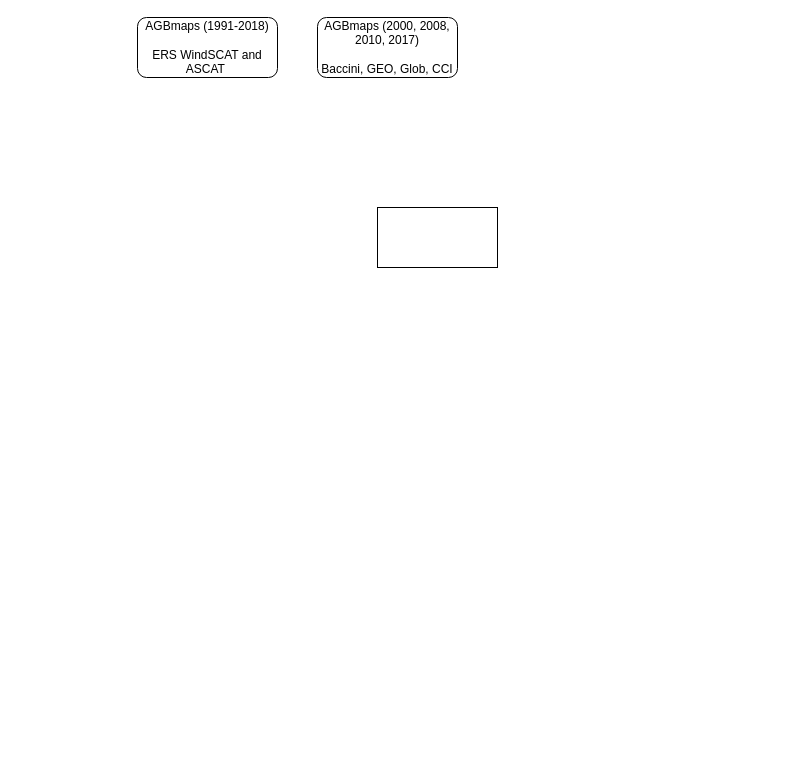
Above: Biomass change.drawio in arnanaraza/diagrams (draw.io), before the change. Source tidied: cells renumbered, new cells numbered last; positions are measured from the earlier drawing's top-left corner, leaving out a move shared by most shapes. Both pictures are drawn from the tidied source at 100%, with x=0, y=0 at pixel (137, 17).
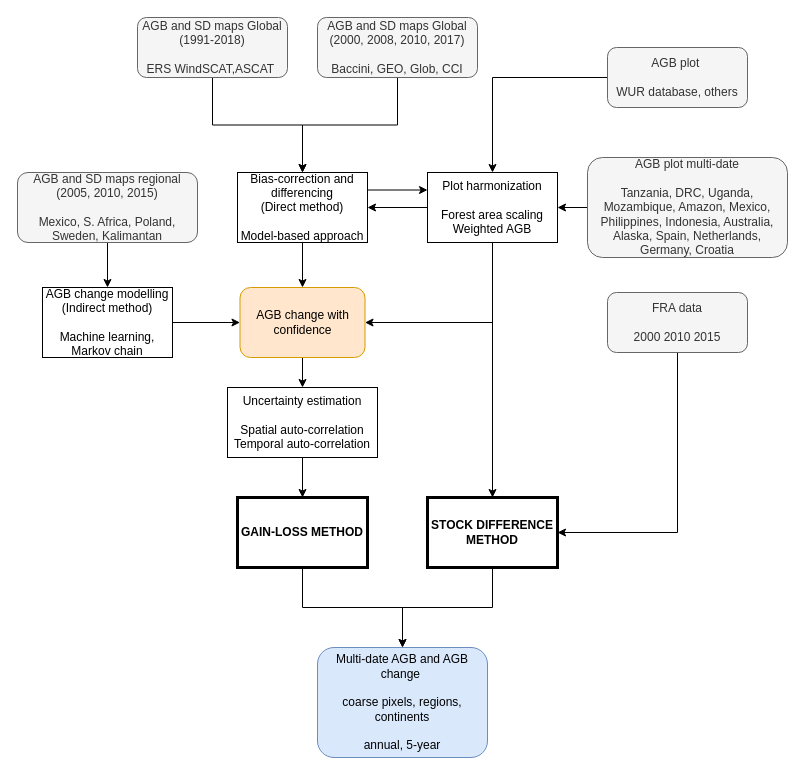
Above is the later version.

What changed in the source:
```diff
@@
+    <mxCell id="5" style="edgeStyle=orthogonalEdgeStyle;rounded=0;jettySize=auto;html=1;exitX=1;exitY=0.5;exitDx=0;exitDy=0;entryX=0;entryY=0.5;entryDx=0;entryDy=0;fontColor=#D5E8D4;" parent="1" edge="1" source="2" target="30">
+      <mxGeometry relative="1" as="geometry" />
+    </mxCell>
-    <mxCell id="2" style="rounded=0;whiteSpace=wrap;html=1;" parent="1" vertex="1">
-      <mxGeometry x="240" y="190" width="120" height="60" as="geometry" />
+    <mxCell id="2" value="AGB change modelling&lt;br&gt;(Indirect method)&lt;br&gt;&lt;br&gt;Machine learning, Markov chain" style="rounded=0;whiteSpace=wrap;html=1;" parent="1" vertex="1">
+      <mxGeometry x="-95" y="270" width="130" height="70" as="geometry" />
     </mxCell>
+    <mxCell id="6" style="edgeStyle=orthogonalEdgeStyle;rounded=0;jettySize=auto;html=1;exitX=0.5;exitY=1;exitDx=0;exitDy=0;entryX=0.5;entryY=0;entryDx=0;entryDy=0;" parent="1" edge="1" source="3" target="11">
+      <mxGeometry relative="1" as="geometry" />
+    </mxCell>
-    <mxCell id="3" value="AGBmaps (1991-2018)&lt;br&gt;&lt;br&gt;ERS WindSCAT and ASCAT&amp;nbsp;" style="rounded=1;whiteSpace=wrap;html=1;" parent="1" vertex="1">
-      <mxGeometry width="140" height="60" as="geometry" />
+    <mxCell id="3" value="AGB and SD maps Global &lt;br&gt;(1991-2018)&lt;br&gt;&lt;br&gt;ERS WindSCAT,ASCAT&amp;nbsp;" style="rounded=1;whiteSpace=wrap;html=1;fillColor=#f5f5f5;strokeColor=#666666;fontColor=#333333;" parent="1" vertex="1">
+      <mxGeometry width="150" height="60" as="geometry" />
     </mxCell>
+    <mxCell id="7" style="edgeStyle=orthogonalEdgeStyle;rounded=0;jettySize=auto;html=1;exitX=0.5;exitY=1;exitDx=0;exitDy=0;entryX=0.5;entryY=0;entryDx=0;entryDy=0;" parent="1" edge="1" source="4" target="11">
+      <mxGeometry relative="1" as="geometry" />
+    </mxCell>
-    <mxCell id="4" value="AGBmaps (2000, 2008, 2010, 2017)&lt;br&gt;&lt;br&gt;Baccini, GEO, Glob, CCI&lt;br&gt;" style="rounded=1;whiteSpace=wrap;html=1;" parent="1" vertex="1">
-      <mxGeometry x="180" width="140" height="60" as="geometry" />
+    <mxCell id="4" value="AGB and SD maps Global &lt;br&gt;(2000, 2008, 2010, 2017)&lt;br&gt;&lt;br&gt;Baccini, GEO, Glob, CCI" style="rounded=1;whiteSpace=wrap;html=1;fillColor=#f5f5f5;strokeColor=#666666;fontColor=#333333;" parent="1" vertex="1">
+      <mxGeometry x="180" width="160" height="60" as="geometry" />
     </mxCell>
+    <mxCell id="8" style="edgeStyle=orthogonalEdgeStyle;rounded=0;jettySize=auto;html=1;exitX=0.5;exitY=1;exitDx=0;exitDy=0;entryX=0.5;entryY=0;entryDx=0;entryDy=0;" parent="1" edge="1" source="9" target="2">
+      <mxGeometry relative="1" as="geometry" />
+    </mxCell>
+    <mxCell id="9" value="AGB and SD maps regional&lt;br&gt;(2005, 2010, 2015)&lt;br&gt;&lt;br&gt;Mexico, S. Africa, Poland, Sweden, Kalimantan" style="rounded=1;whiteSpace=wrap;html=1;fillColor=#f5f5f5;strokeColor=#666666;fontColor=#333333;" parent="1" vertex="1">
+      <mxGeometry x="-120" y="155" width="180" height="70" as="geometry" />
+    </mxCell>
+    <mxCell id="10" style="edgeStyle=orthogonalEdgeStyle;rounded=0;jettySize=auto;html=1;exitX=1;exitY=0.25;exitDx=0;exitDy=0;entryX=0;entryY=0.25;entryDx=0;entryDy=0;" parent="1" edge="1" source="11" target="26">
+      <mxGeometry relative="1" as="geometry" />
+    </mxCell>
+    <mxCell id="11" value="Bias-correction and differencing &lt;br&gt;(Direct method)&lt;br&gt;&lt;br&gt;Model-based approach" style="rounded=0;whiteSpace=wrap;html=1;" parent="1" vertex="1">
+      <mxGeometry x="100" y="155" width="130" height="70" as="geometry" />
+    </mxCell>
+    <mxCell id="12" style="edgeStyle=orthogonalEdgeStyle;rounded=0;jettySize=auto;html=1;exitX=0;exitY=0.5;exitDx=0;exitDy=0;entryX=1;entryY=0.5;entryDx=0;entryDy=0;" parent="1" edge="1" source="13" target="26">
+      <mxGeometry relative="1" as="geometry" />
+    </mxCell>
+    <mxCell id="13" value="AGB plot multi-date&lt;br&gt;&lt;br&gt;Tanzania, DRC, Uganda, Mozambique, Amazon, Mexico, Philippines, Indonesia, Australia, Alaska, Spain, Netherlands, Germany, Croatia" style="rounded=1;whiteSpace=wrap;html=1;fillColor=#f5f5f5;strokeColor=#666666;fontColor=#333333;" parent="1" vertex="1">
+      <mxGeometry x="450" y="140" width="200" height="100" as="geometry" />
+    </mxCell>
+    <mxCell id="14" style="edgeStyle=orthogonalEdgeStyle;rounded=0;jettySize=auto;html=1;exitX=0.5;exitY=1;exitDx=0;exitDy=0;entryX=1;entryY=0.5;entryDx=0;entryDy=0;" parent="1" edge="1" source="15" target="22">
+      <mxGeometry relative="1" as="geometry" />
+    </mxCell>
+    <mxCell id="15" value="FRA data&lt;br&gt;&lt;br&gt;2000 2010 2015" style="rounded=1;whiteSpace=wrap;html=1;fillColor=#f5f5f5;strokeColor=#666666;fontColor=#333333;" parent="1" vertex="1">
+      <mxGeometry x="470" y="275" width="140" height="60" as="geometry" />
+    </mxCell>
+    <mxCell id="16" style="edgeStyle=orthogonalEdgeStyle;rounded=0;jettySize=auto;html=1;exitX=0.5;exitY=1;exitDx=0;exitDy=0;entryX=0.5;entryY=0;entryDx=0;entryDy=0;" parent="1" edge="1" source="17" target="20">
+      <mxGeometry relative="1" as="geometry" />
+    </mxCell>
+    <mxCell id="17" value="Uncertainty estimation&lt;br&gt;&lt;br&gt;Spatial auto-correlation&lt;br&gt;Temporal auto-correlation" style="rounded=0;whiteSpace=wrap;html=1;" parent="1" vertex="1">
+      <mxGeometry x="90" y="370" width="150" height="70" as="geometry" />
+    </mxCell>
+    <mxCell id="18" value="Multi-date AGB and AGB change&amp;nbsp;&lt;br&gt;&lt;br&gt;coarse pixels, regions, continents&lt;br&gt;&lt;br&gt;annual, 5-year" style="rounded=1;whiteSpace=wrap;html=1;fillColor=#dae8fc;strokeColor=#6c8ebf;" parent="1" vertex="1">
+      <mxGeometry x="180" y="630" width="170" height="110" as="geometry" />
+    </mxCell>
+    <mxCell id="19" style="edgeStyle=orthogonalEdgeStyle;rounded=0;jettySize=auto;html=1;exitX=0.5;exitY=1;exitDx=0;exitDy=0;entryX=0.5;entryY=0;entryDx=0;entryDy=0;" parent="1" edge="1" source="20" target="18">
+      <mxGeometry relative="1" as="geometry" />
+    </mxCell>
+    <mxCell id="20" value="GAIN-LOSS METHOD" style="rounded=0;whiteSpace=wrap;html=1;fontStyle=1;strokeWidth=3;" parent="1" vertex="1">
+      <mxGeometry x="100" y="480" width="130" height="70" as="geometry" />
+    </mxCell>
+    <mxCell id="21" style="edgeStyle=orthogonalEdgeStyle;rounded=0;jettySize=auto;html=1;exitX=0.5;exitY=1;exitDx=0;exitDy=0;" parent="1" edge="1" source="22" target="18">
+      <mxGeometry relative="1" as="geometry" />
+    </mxCell>
+    <mxCell id="22" value="STOCK DIFFERENCE METHOD" style="rounded=0;whiteSpace=wrap;html=1;fontStyle=1;strokeWidth=3;" parent="1" vertex="1">
+      <mxGeometry x="290" y="480" width="130" height="70" as="geometry" />
+    </mxCell>
+    <mxCell id="23" style="edgeStyle=orthogonalEdgeStyle;rounded=0;jettySize=auto;html=1;exitX=0.5;exitY=1;exitDx=0;exitDy=0;entryX=0.5;entryY=0;entryDx=0;entryDy=0;" parent="1" edge="1" source="26" target="22">
+      <mxGeometry relative="1" as="geometry" />
+    </mxCell>
+    <mxCell id="24" style="edgeStyle=orthogonalEdgeStyle;rounded=0;jettySize=auto;html=1;exitX=0;exitY=0.5;exitDx=0;exitDy=0;entryX=1;entryY=0.5;entryDx=0;entryDy=0;" parent="1" edge="1" source="26" target="11">
+      <mxGeometry relative="1" as="geometry" />
+    </mxCell>
+    <mxCell id="25" style="edgeStyle=orthogonalEdgeStyle;rounded=0;jettySize=auto;html=1;exitX=0.5;exitY=1;exitDx=0;exitDy=0;entryX=1;entryY=0.5;entryDx=0;entryDy=0;" parent="1" edge="1" source="26" target="30">
+      <mxGeometry relative="1" as="geometry" />
+    </mxCell>
+    <mxCell id="26" value="Plot harmonization&lt;br&gt;&lt;br&gt;Forest area scaling&lt;br&gt;Weighted AGB" style="rounded=0;whiteSpace=wrap;html=1;" parent="1" vertex="1">
+      <mxGeometry x="290" y="155" width="130" height="70" as="geometry" />
+    </mxCell>
+    <mxCell id="27" style="edgeStyle=orthogonalEdgeStyle;rounded=0;jettySize=auto;html=1;exitX=0;exitY=0.5;exitDx=0;exitDy=0;entryX=0.5;entryY=0;entryDx=0;entryDy=0;" parent="1" edge="1" source="28" target="26">
+      <mxGeometry relative="1" as="geometry" />
+    </mxCell>
+    <mxCell id="28" value="AGB plot&amp;nbsp;&lt;br&gt;&lt;br&gt;WUR database, others" style="rounded=1;whiteSpace=wrap;html=1;fillColor=#f5f5f5;strokeColor=#666666;fontColor=#333333;" parent="1" vertex="1">
+      <mxGeometry x="470" y="30" width="140" height="60" as="geometry" />
+    </mxCell>
+    <mxCell id="29" style="edgeStyle=orthogonalEdgeStyle;rounded=0;jettySize=auto;html=1;exitX=0.5;exitY=1;exitDx=0;exitDy=0;entryX=0.5;entryY=0;entryDx=0;entryDy=0;" parent="1" edge="1" source="30" target="17">
+      <mxGeometry relative="1" as="geometry" />
+    </mxCell>
+    <mxCell id="30" value="AGB change with confidence" style="rounded=1;whiteSpace=wrap;html=1;fillColor=#ffe6cc;strokeColor=#d79b00;" parent="1" vertex="1">
+      <mxGeometry x="102.5" y="270" width="125" height="70" as="geometry" />
+    </mxCell>
+    <mxCell id="31" style="edgeStyle=orthogonalEdgeStyle;rounded=0;jettySize=auto;html=1;exitX=0.5;exitY=1;exitDx=0;exitDy=0;entryX=0.5;entryY=0;entryDx=0;entryDy=0;" parent="1" edge="1" source="11" target="30">
+      <mxGeometry relative="1" as="geometry" />
+    </mxCell>
```
